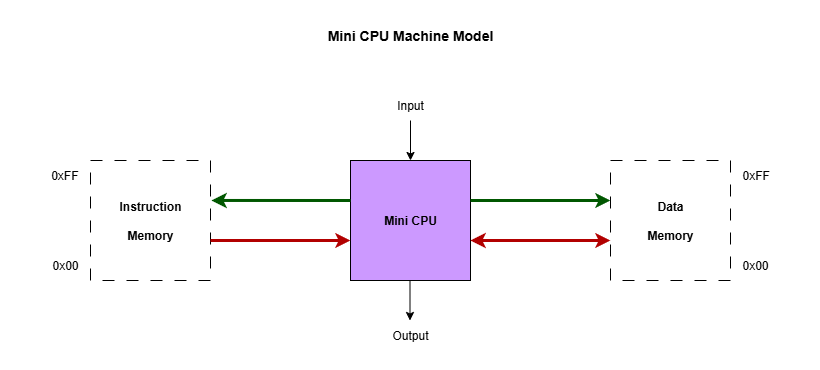
This is dev/mini_cpu/MiniCPU-Machine-Model.png from dervish77/adgf, a draw.io export, as it was before one commit. Source tidied: cells renumbered, new cells last; positions are measured from the earlier drawing's top-left corner, leaving out a move shared by most shapes.
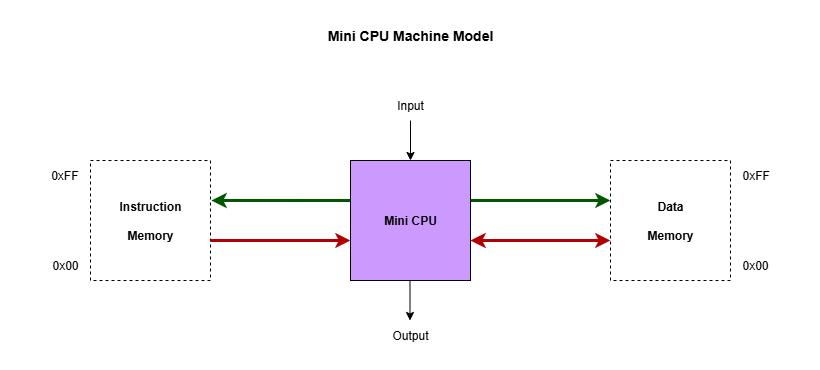
Above is the later version.

Commit message:
added 'incr' blocks to architecture diagram

What changed in the source:
```diff
@@ -11,7 +11,7 @@
     <mxCell id="4" value="&lt;b&gt;Mini CPU&lt;/b&gt;" style="text;html=1;align=center;verticalAlign=middle;whiteSpace=wrap;rounded=0;" parent="1" vertex="1">
       <mxGeometry x="360" y="185" width="60" height="30" as="geometry" />
     </mxCell>
-    <mxCell id="5" style="rounded=0;whiteSpace=wrap;html=1;dashed=1;dashPattern=12 12;" parent="1" vertex="1">
+    <mxCell id="5" style="rounded=0;whiteSpace=wrap;html=1;dashed=1;" parent="1" vertex="1">
       <mxGeometry x="70" y="140" width="120" height="120" as="geometry" />
     </mxCell>
     <mxCell id="6" value="&lt;b&gt;Instruction&lt;/b&gt;&lt;div&gt;&lt;br&gt;&lt;div&gt;&lt;b&gt;Memory&lt;/b&gt;&lt;/div&gt;&lt;/div&gt;" style="text;html=1;align=center;verticalAlign=middle;whiteSpace=wrap;rounded=0;" parent="1" vertex="1">
@@ -23,7 +23,7 @@
     <mxCell id="8" value="0xFF" style="text;html=1;align=right;verticalAlign=middle;whiteSpace=wrap;rounded=0;" parent="1" vertex="1">
       <mxGeometry y="140" width="60" height="30" as="geometry" />
     </mxCell>
-    <mxCell id="9" style="rounded=0;whiteSpace=wrap;html=1;dashed=1;dashPattern=12 12;" parent="1" vertex="1">
+    <mxCell id="9" style="rounded=0;whiteSpace=wrap;html=1;dashed=1;" parent="1" vertex="1">
       <mxGeometry x="590" y="140" width="120" height="120" as="geometry" />
     </mxCell>
     <mxCell id="10" value="&lt;b&gt;Data&lt;/b&gt;&lt;div&gt;&lt;b&gt;&lt;br&gt;&lt;/b&gt;&lt;/div&gt;&lt;div&gt;&lt;b&gt;Memory&lt;/b&gt;&lt;/div&gt;" style="text;html=1;align=center;verticalAlign=middle;whiteSpace=wrap;rounded=0;" parent="1" vertex="1">
```
